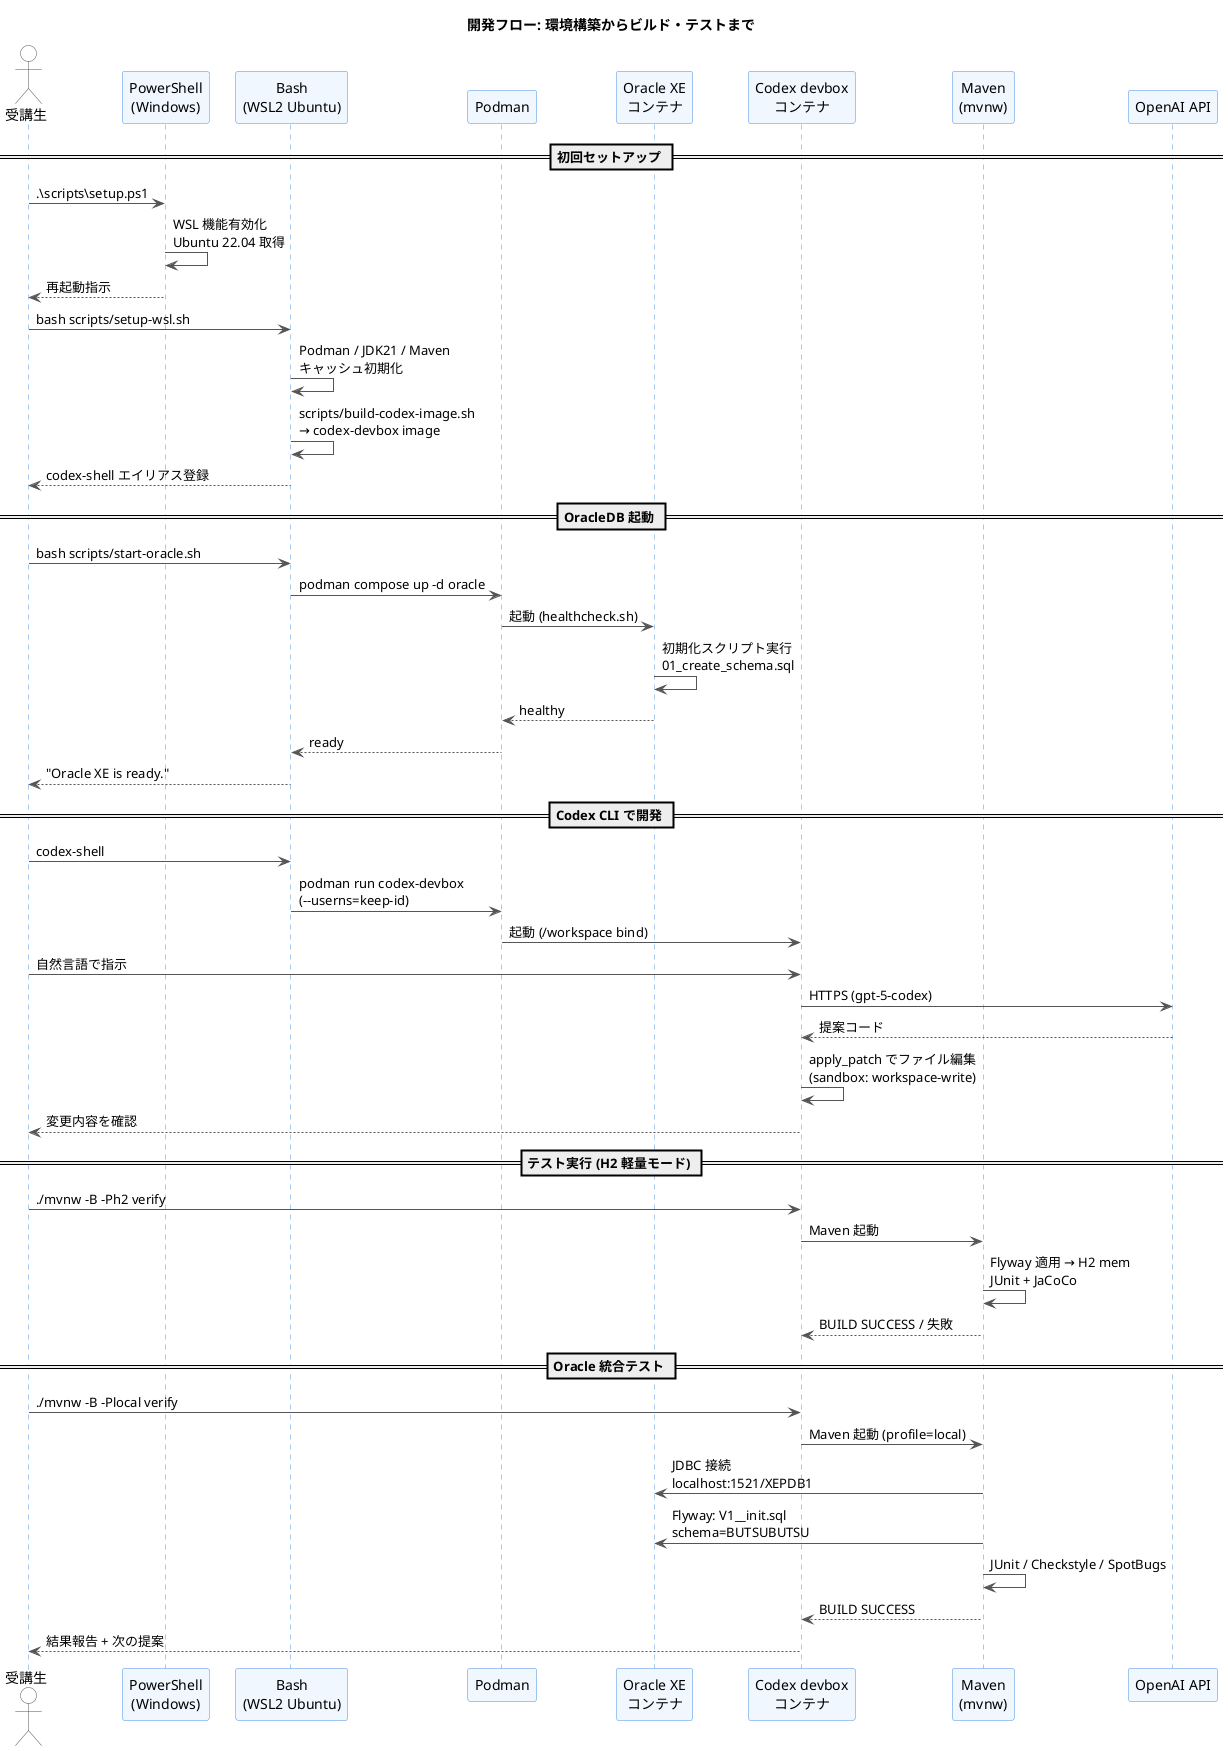
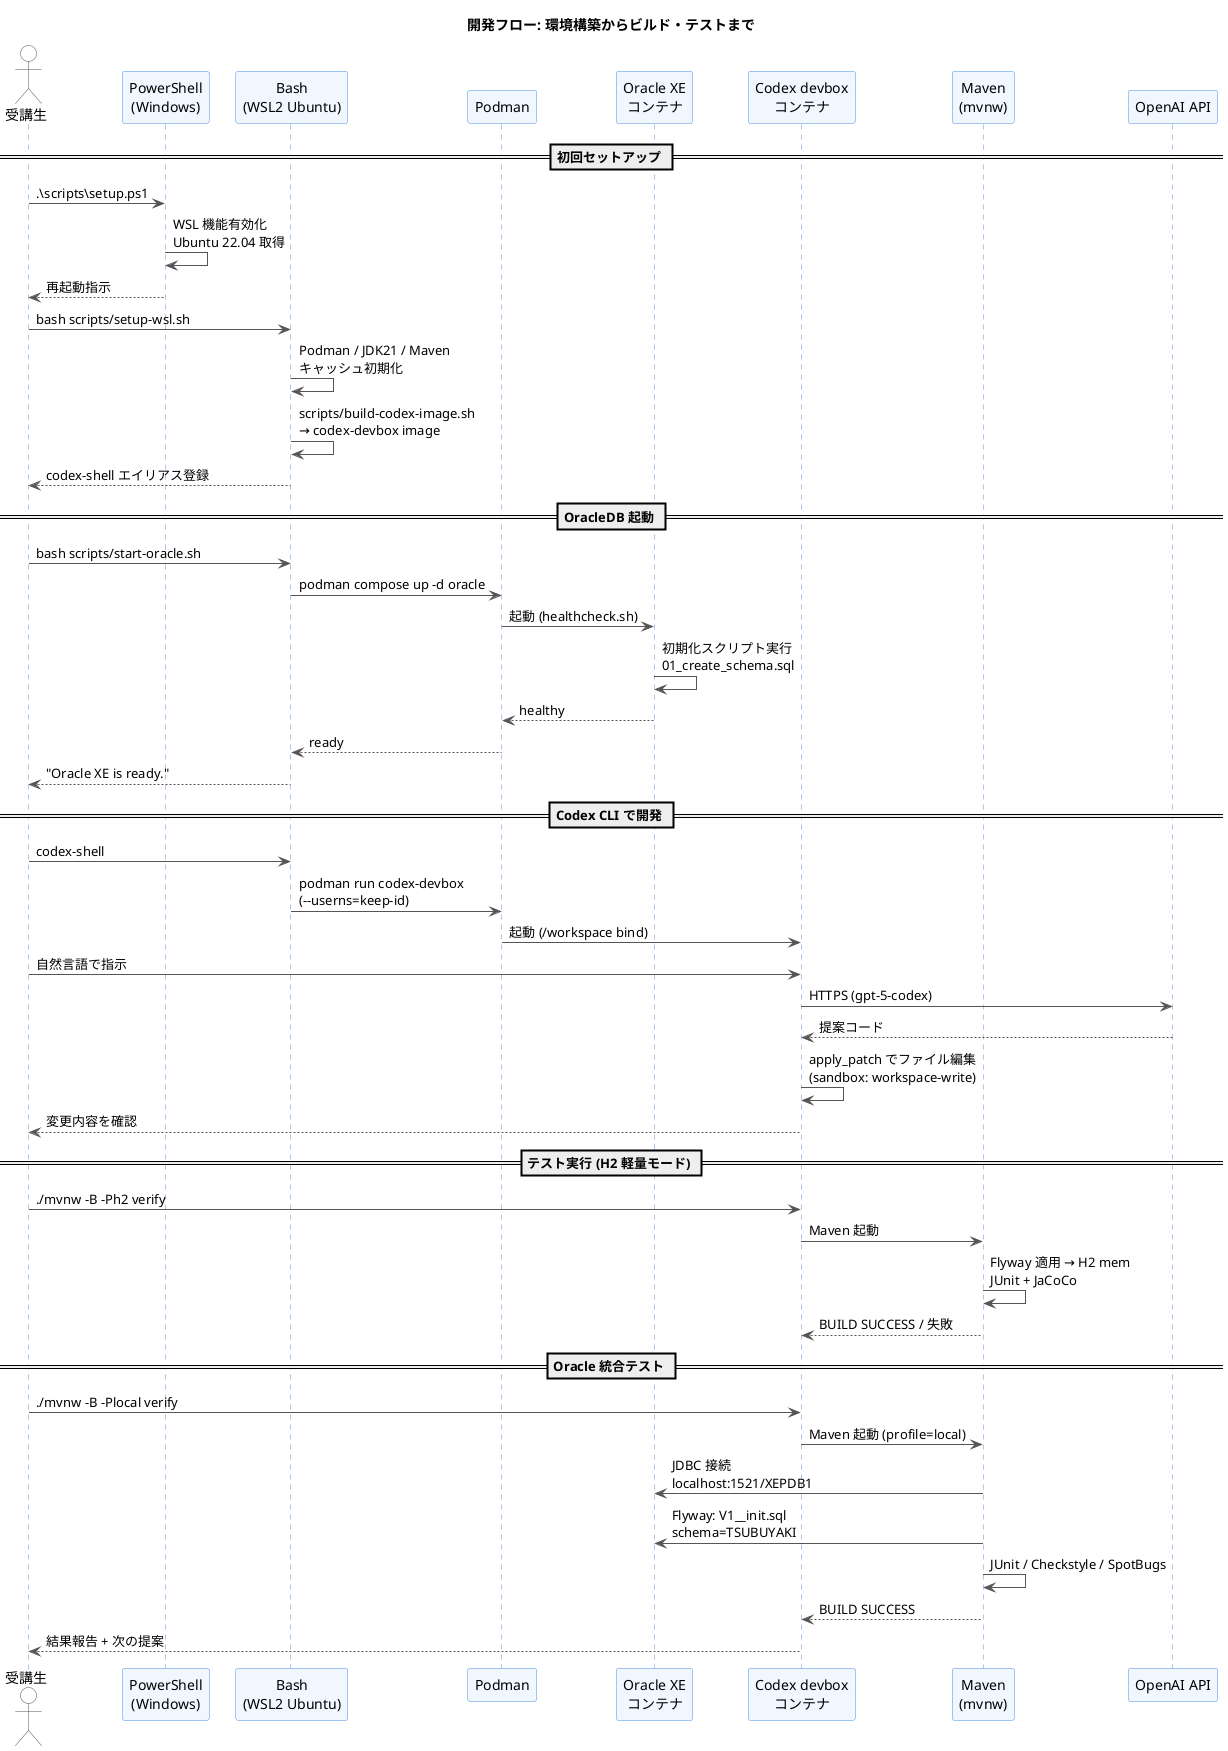
@startuml dev-flow
title 開発フロー: 環境構築からビルド・テストまで

skinparam shadowing false
skinparam defaultFontName "Yu Gothic UI"
skinparam sequence {
  ArrowColor #555555
  LifeLineBorderColor #4A90E2
  ParticipantBorderColor #4A90E2
  ParticipantBackgroundColor #F0F7FF
  ActorBorderColor #555555
  ActorBackgroundColor #FFFFFF
}

actor "受講生" as user
participant "PowerShell\n(Windows)" as ps
participant "Bash\n(WSL2 Ubuntu)" as bash
participant "Podman" as podman
participant "Oracle XE\nコンテナ" as oracle
participant "Codex devbox\nコンテナ" as codex
participant "Maven\n(mvnw)" as mvn
participant "OpenAI API" as openai

== 初回セットアップ ==
user -> ps : .\\scripts\\setup.ps1
ps -> ps : WSL 機能有効化\nUbuntu 22.04 取得
ps --> user : 再起動指示
user -> bash : bash scripts/setup-wsl.sh
bash -> bash : Podman / JDK21 / Maven\nキャッシュ初期化
bash -> bash : scripts/build-codex-image.sh\n→ codex-devbox image
bash --> user : codex-shell エイリアス登録

== OracleDB 起動 ==
user -> bash : bash scripts/start-oracle.sh
bash -> podman : podman compose up -d oracle
podman -> oracle : 起動 (healthcheck.sh)
oracle -> oracle : 初期化スクリプト実行\n01_create_schema.sql
oracle --> podman : healthy
podman --> bash : ready
bash --> user : "Oracle XE is ready."

== Codex CLI で開発 ==
user -> bash : codex-shell
bash -> podman : podman run codex-devbox\n(--userns=keep-id)
podman -> codex : 起動 (/workspace bind)
user -> codex : 自然言語で指示
codex -> openai : HTTPS (gpt-5-codex)
openai --> codex : 提案コード
codex -> codex : apply_patch でファイル編集\n(sandbox: workspace-write)
codex --> user : 変更内容を確認

== テスト実行 (H2 軽量モード) ==
user -> codex : ./mvnw -B -Ph2 verify
codex -> mvn : Maven 起動
mvn -> mvn : Flyway 適用 → H2 mem\nJUnit + JaCoCo
mvn --> codex : BUILD SUCCESS / 失敗

== Oracle 統合テスト ==
user -> codex : ./mvnw -B -Plocal verify
codex -> mvn : Maven 起動 (profile=local)
mvn -> oracle : JDBC 接続\nlocalhost:1521/XEPDB1
- mvn -> oracle : Flyway: V1__init.sql\nschema=BUTSUBUTSU
+ mvn -> oracle : Flyway: V1__init.sql\nschema=TSUBUYAKI
mvn -> mvn : JUnit / Checkstyle / SpotBugs
mvn --> codex : BUILD SUCCESS
codex --> user : 結果報告 + 次の提案

@enduml
